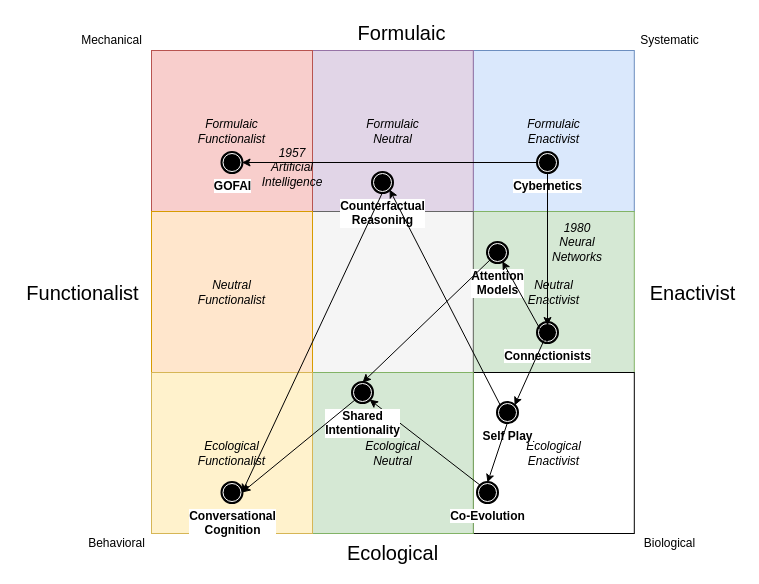
codeaudit/1 keeps this draw.io diagram as agenda_evolution.drawio. Above is the earlier version. Source tidied: cells renumbered, new cells numbered last; positions are measured from the earlier drawing's top-left corner, leaving out a move shared by most shapes. Both pictures are drawn from the tidied source at 100%, with x=0, y=0 at pixel (17, 17).
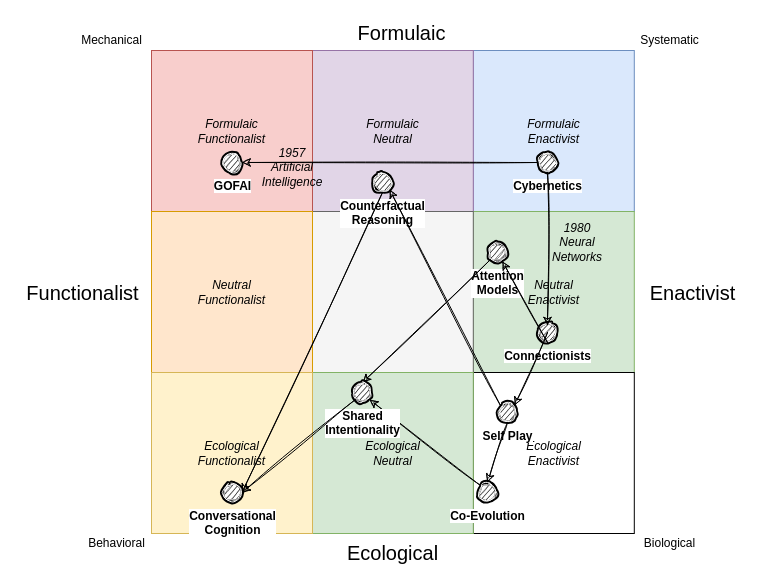
The same page after the edit.

The edit, as a diff of the source:
```diff
@@
-    <mxCell id="20" value="Cybernetics" style="shape=mxgraph.bpmn.shape;html=1;verticalLabelPosition=bottom;labelBackgroundColor=#ffffff;verticalAlign=top;align=center;perimeter=ellipsePerimeter;outlineConnect=0;outline=end;symbol=terminate;rotation=0;fontStyle=1;" parent="1" vertex="1">
+    <mxCell id="20" value="Cybernetics" style="shape=mxgraph.bpmn.shape;html=1;verticalLabelPosition=bottom;labelBackgroundColor=#ffffff;verticalAlign=top;align=center;perimeter=ellipsePerimeter;outlineConnect=0;outline=end;symbol=terminate;rotation=0;fontStyle=1;sketch=1;" parent="1" vertex="1">
       <mxGeometry x="520" y="135" width="20" height="20" as="geometry" />
     </mxCell>
-    <mxCell id="21" value="GOFAI" style="shape=mxgraph.bpmn.shape;html=1;verticalLabelPosition=bottom;labelBackgroundColor=#ffffff;verticalAlign=top;align=center;perimeter=ellipsePerimeter;outlineConnect=0;outline=end;symbol=terminate;rotation=0;fontStyle=1;" parent="1" vertex="1">
+    <mxCell id="21" value="GOFAI" style="shape=mxgraph.bpmn.shape;html=1;verticalLabelPosition=bottom;labelBackgroundColor=#ffffff;verticalAlign=top;align=center;perimeter=ellipsePerimeter;outlineConnect=0;outline=end;symbol=terminate;rotation=0;fontStyle=1;sketch=1;" parent="1" vertex="1">
       <mxGeometry x="204.5" y="135" width="20" height="20" as="geometry" />
     </mxCell>
-    <mxCell id="22" value="Connectionists" style="shape=mxgraph.bpmn.shape;html=1;verticalLabelPosition=bottom;labelBackgroundColor=#ffffff;verticalAlign=top;align=center;perimeter=ellipsePerimeter;outlineConnect=0;outline=end;symbol=terminate;rotation=0;fontStyle=1;" parent="1" vertex="1">
+    <mxCell id="22" value="Connectionists" style="shape=mxgraph.bpmn.shape;html=1;verticalLabelPosition=bottom;labelBackgroundColor=#ffffff;verticalAlign=top;align=center;perimeter=ellipsePerimeter;outlineConnect=0;outline=end;symbol=terminate;rotation=0;fontStyle=1;sketch=1;" parent="1" vertex="1">
       <mxGeometry x="520" y="305" width="20" height="20" as="geometry" />
     </mxCell>
-    <mxCell id="23" style="endArrow=classic;html=1;entryX=1;entryY=0.5;entryDx=0;entryDy=0;exitX=0;exitY=0.5;exitDx=0;exitDy=0;" parent="1" edge="1" source="20" target="21">
+    <mxCell id="23" style="endArrow=classic;html=1;entryX=1;entryY=0.5;entryDx=0;entryDy=0;exitX=0;exitY=0.5;exitDx=0;exitDy=0;sketch=1;" parent="1" edge="1" source="20" target="21">
       <mxGeometry relative="1" as="geometry" />
     </mxCell>
-    <mxCell id="24" style="endArrow=classic;html=1;exitX=0.5;exitY=1;exitDx=0;exitDy=0;" parent="1" edge="1" source="20">
+    <mxCell id="24" style="endArrow=classic;html=1;exitX=0.5;exitY=1;exitDx=0;exitDy=0;sketch=1;" parent="1" edge="1" source="20">
       <mxGeometry relative="1" as="geometry">
         <mxPoint x="530" y="308" as="targetPoint" />
       </mxGeometry>
     </mxCell>
@@
-    <mxCell id="27" value="Conversational&lt;br&gt;Cognition" style="shape=mxgraph.bpmn.shape;html=1;verticalLabelPosition=bottom;labelBackgroundColor=#ffffff;verticalAlign=top;align=center;perimeter=ellipsePerimeter;outlineConnect=0;outline=end;symbol=terminate;rotation=0;fontStyle=1;" parent="1" vertex="1">
+    <mxCell id="27" value="Conversational&lt;br&gt;Cognition" style="shape=mxgraph.bpmn.shape;html=1;verticalLabelPosition=bottom;labelBackgroundColor=#ffffff;verticalAlign=top;align=center;perimeter=ellipsePerimeter;outlineConnect=0;outline=end;symbol=terminate;rotation=0;fontStyle=1;sketch=1;" parent="1" vertex="1">
       <mxGeometry x="204.5" y="465" width="20" height="20" as="geometry" />
     </mxCell>
-    <mxCell id="28" value="Self Play" style="shape=mxgraph.bpmn.shape;html=1;verticalLabelPosition=bottom;labelBackgroundColor=#ffffff;verticalAlign=top;align=center;perimeter=ellipsePerimeter;outlineConnect=0;outline=end;symbol=terminate;rotation=0;fontStyle=1;" parent="1" vertex="1">
+    <mxCell id="28" value="Self Play" style="shape=mxgraph.bpmn.shape;html=1;verticalLabelPosition=bottom;labelBackgroundColor=#ffffff;verticalAlign=top;align=center;perimeter=ellipsePerimeter;outlineConnect=0;outline=end;symbol=terminate;rotation=0;fontStyle=1;sketch=1;" parent="1" vertex="1">
       <mxGeometry x="480" y="385" width="20" height="20" as="geometry" />
     </mxCell>
-    <mxCell id="29" value="Co-Evolution" style="shape=mxgraph.bpmn.shape;html=1;verticalLabelPosition=bottom;labelBackgroundColor=#ffffff;verticalAlign=top;align=center;perimeter=ellipsePerimeter;outlineConnect=0;outline=end;symbol=terminate;rotation=0;fontStyle=1;" parent="1" vertex="1">
+    <mxCell id="29" value="Co-Evolution" style="shape=mxgraph.bpmn.shape;html=1;verticalLabelPosition=bottom;labelBackgroundColor=#ffffff;verticalAlign=top;align=center;perimeter=ellipsePerimeter;outlineConnect=0;outline=end;symbol=terminate;rotation=0;fontStyle=1;sketch=1;" parent="1" vertex="1">
       <mxGeometry x="460" y="465" width="20" height="20" as="geometry" />
     </mxCell>
-    <mxCell id="30" value="Attention&lt;br&gt;Models" style="shape=mxgraph.bpmn.shape;html=1;verticalLabelPosition=bottom;labelBackgroundColor=#ffffff;verticalAlign=top;align=center;perimeter=ellipsePerimeter;outlineConnect=0;outline=end;symbol=terminate;rotation=0;fontStyle=1;" parent="1" vertex="1">
+    <mxCell id="30" value="Attention&lt;br&gt;Models" style="shape=mxgraph.bpmn.shape;html=1;verticalLabelPosition=bottom;labelBackgroundColor=#ffffff;verticalAlign=top;align=center;perimeter=ellipsePerimeter;outlineConnect=0;outline=end;symbol=terminate;rotation=0;fontStyle=1;sketch=1;" parent="1" vertex="1">
       <mxGeometry x="470" y="225" width="20" height="20" as="geometry" />
     </mxCell>
-    <mxCell id="31" style="endArrow=classic;html=1;exitX=0.145;exitY=0.855;exitDx=0;exitDy=0;exitPerimeter=0;entryX=0.5;entryY=0;entryDx=0;entryDy=0;" parent="1" edge="1" source="30" target="36">
+    <mxCell id="31" style="endArrow=classic;html=1;exitX=0.145;exitY=0.855;exitDx=0;exitDy=0;exitPerimeter=0;entryX=0.5;entryY=0;entryDx=0;entryDy=0;sketch=1;" parent="1" edge="1" source="30" target="36">
       <mxGeometry relative="1" as="geometry" />
     </mxCell>
-    <mxCell id="32" style="endArrow=classic;html=1;exitX=0.145;exitY=0.145;exitDx=0;exitDy=0;entryX=0.855;entryY=0.855;entryDx=0;entryDy=0;entryPerimeter=0;exitPerimeter=0;" parent="1" edge="1" source="29" target="36">
+    <mxCell id="32" style="endArrow=classic;html=1;exitX=0.145;exitY=0.145;exitDx=0;exitDy=0;entryX=0.855;entryY=0.855;entryDx=0;entryDy=0;entryPerimeter=0;exitPerimeter=0;sketch=1;" parent="1" edge="1" source="29" target="36">
       <mxGeometry relative="1" as="geometry" />
     </mxCell>
-    <mxCell id="33" style="endArrow=classic;html=1;exitX=0.5;exitY=1;exitDx=0;exitDy=0;" parent="1" edge="1" source="22" target="30">
+    <mxCell id="33" style="endArrow=classic;html=1;exitX=0.5;exitY=1;exitDx=0;exitDy=0;sketch=1;" parent="1" edge="1" source="22" target="30">
       <mxGeometry relative="1" as="geometry" />
     </mxCell>
-    <mxCell id="34" style="endArrow=classic;html=1;entryX=0.855;entryY=0.145;entryDx=0;entryDy=0;entryPerimeter=0;" parent="1" edge="1" target="28">
+    <mxCell id="34" style="endArrow=classic;html=1;entryX=0.855;entryY=0.145;entryDx=0;entryDy=0;entryPerimeter=0;sketch=1;" parent="1" edge="1" target="28">
       <mxGeometry relative="1" as="geometry">
         <mxPoint x="530" y="315" as="sourcePoint" />
       </mxGeometry>
     </mxCell>
-    <mxCell id="35" style="endArrow=classic;html=1;exitX=0.5;exitY=1;exitDx=0;exitDy=0;entryX=0.5;entryY=0;entryDx=0;entryDy=0;" parent="1" edge="1" source="28" target="29">
+    <mxCell id="35" style="endArrow=classic;html=1;exitX=0.5;exitY=1;exitDx=0;exitDy=0;entryX=0.5;entryY=0;entryDx=0;entryDy=0;sketch=1;" parent="1" edge="1" source="28" target="29">
       <mxGeometry relative="1" as="geometry" />
     </mxCell>
-    <mxCell id="36" value="Shared&lt;br&gt;Intentionality" style="shape=mxgraph.bpmn.shape;html=1;verticalLabelPosition=bottom;labelBackgroundColor=#ffffff;verticalAlign=top;align=center;perimeter=ellipsePerimeter;outlineConnect=0;outline=end;symbol=terminate;rotation=0;fontStyle=1;" parent="1" vertex="1">
+    <mxCell id="36" value="Shared&lt;br&gt;Intentionality" style="shape=mxgraph.bpmn.shape;html=1;verticalLabelPosition=bottom;labelBackgroundColor=#ffffff;verticalAlign=top;align=center;perimeter=ellipsePerimeter;outlineConnect=0;outline=end;symbol=terminate;rotation=0;fontStyle=1;sketch=1;" parent="1" vertex="1">
       <mxGeometry x="335" y="365" width="20" height="20" as="geometry" />
     </mxCell>
-    <mxCell id="37" style="endArrow=classic;html=1;exitX=0.145;exitY=0.855;exitDx=0;exitDy=0;exitPerimeter=0;entryX=1;entryY=0.5;entryDx=0;entryDy=0;" parent="1" edge="1" source="36" target="27">
+    <mxCell id="37" style="endArrow=classic;html=1;exitX=0.145;exitY=0.855;exitDx=0;exitDy=0;exitPerimeter=0;entryX=1;entryY=0.5;entryDx=0;entryDy=0;sketch=1;" parent="1" edge="1" source="36" target="27">
       <mxGeometry relative="1" as="geometry" />
     </mxCell>
-    <mxCell id="38" value="Counterfactual&lt;br&gt;Reasoning" style="shape=mxgraph.bpmn.shape;html=1;verticalLabelPosition=bottom;labelBackgroundColor=#ffffff;verticalAlign=top;align=center;perimeter=ellipsePerimeter;outlineConnect=0;outline=end;symbol=terminate;rotation=0;fontStyle=1;" parent="1" vertex="1">
+    <mxCell id="38" value="Counterfactual&lt;br&gt;Reasoning" style="shape=mxgraph.bpmn.shape;html=1;verticalLabelPosition=bottom;labelBackgroundColor=#ffffff;verticalAlign=top;align=center;perimeter=ellipsePerimeter;outlineConnect=0;outline=end;symbol=terminate;rotation=0;fontStyle=1;sketch=1;" parent="1" vertex="1">
       <mxGeometry x="355" y="155" width="20" height="20" as="geometry" />
     </mxCell>
-    <mxCell id="39" style="endArrow=classic;html=1;entryX=0.855;entryY=0.855;entryDx=0;entryDy=0;entryPerimeter=0;exitX=0.145;exitY=0.145;exitDx=0;exitDy=0;exitPerimeter=0;" parent="1" edge="1" source="28" target="38">
+    <mxCell id="39" style="endArrow=classic;html=1;entryX=0.855;entryY=0.855;entryDx=0;entryDy=0;entryPerimeter=0;exitX=0.145;exitY=0.145;exitDx=0;exitDy=0;exitPerimeter=0;sketch=1;" parent="1" edge="1" source="28" target="38">
       <mxGeometry relative="1" as="geometry" />
     </mxCell>
-    <mxCell id="40" style="endArrow=classic;html=1;exitX=0.5;exitY=1;exitDx=0;exitDy=0;entryX=1;entryY=0.5;entryDx=0;entryDy=0;" parent="1" edge="1" source="38" target="27">
+    <mxCell id="40" style="endArrow=classic;html=1;exitX=0.5;exitY=1;exitDx=0;exitDy=0;entryX=1;entryY=0.5;entryDx=0;entryDy=0;sketch=1;" parent="1" edge="1" source="38" target="27">
       <mxGeometry relative="1" as="geometry" />
     </mxCell>
```
